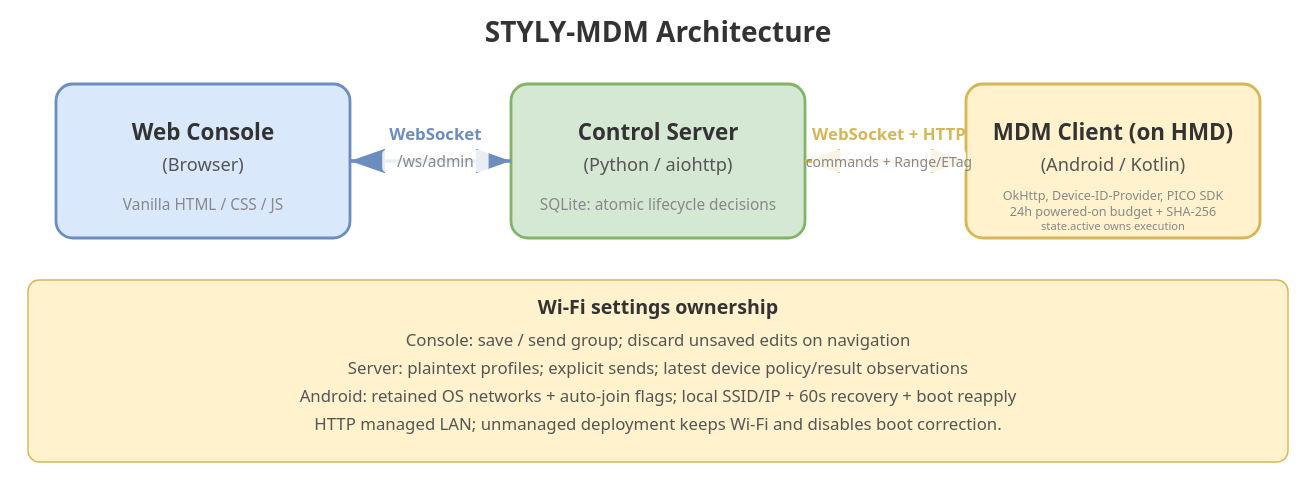
Before: docs/architecture.drawio.svg, a diagram exported from draw.io (styly-dev/STYLY-MDM). Source tidied: cells renumbered, new cells last; positions are measured from the earlier drawing's top-left corner, leaving out a move shared by most shapes.
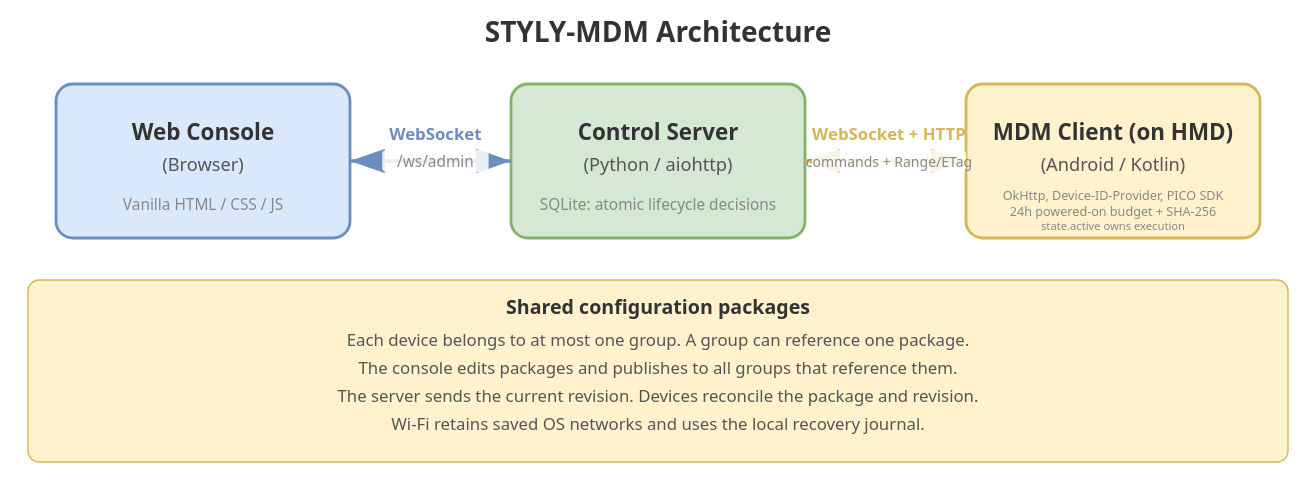
After the change.

Change to the diagram source:
```diff
@@ -44,8 +44,8 @@
     <mxCell id="15" value="&lt;font style=&quot;font-size:16px&quot;&gt;&lt;b&gt;STYLY-MDM Architecture&lt;/b&gt;&lt;/font&gt;" style="text;html=1;align=center;verticalAlign=middle;" parent="1" vertex="1">
       <mxGeometry x="330" width="240" height="40" as="geometry" />
     </mxCell>
-    <mxCell id="16" value="&lt;b&gt;Wi-Fi settings ownership&lt;/b&gt;&lt;br&gt;Console: save / send group; discard unsaved edits on navigation&lt;br&gt;Server: plaintext profiles; explicit sends; latest device policy/result observations&lt;br&gt;Android: retained OS networks + auto-join flags; local SSID/IP + 60s recovery + boot reapply&lt;br&gt;HTTP managed LAN; unmanaged deployment keeps Wi-Fi and disables boot correction." style="rounded=1;whiteSpace=wrap;html=1;fillColor=#fff2cc;strokeColor=#d6b656;fontSize=12;align=center;" parent="1" vertex="1">
-      <mxGeometry y="180" width="900" height="130" as="geometry" />
-    </mxCell>
+    <mxCell id="17" value="&lt;b&gt;Shared configuration packages&lt;/b&gt;&lt;br&gt;Each device belongs to at most one group. A group can reference one package.&lt;br&gt;The console edits packages and publishes to all groups that reference them.&lt;br&gt;The server sends the current revision. Devices reconcile the package and revision.&lt;br&gt;Wi-Fi retains saved OS networks and uses the local recovery journal." style="rounded=1;whiteSpace=wrap;html=1;fillColor=#fff2cc;strokeColor=#d6b656;fontSize=12;align=center;" parent="1" vertex="1">
+      <mxGeometry y="180" width="900" height="130" as="geometry" />
+    </mxCell>
   </root>
 </mxGraphModel>
```
